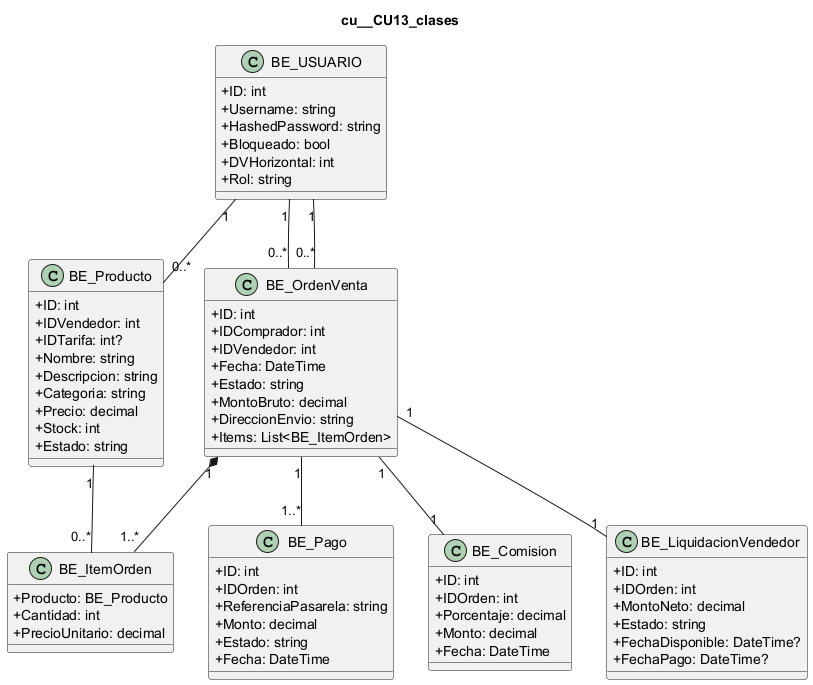
L-Muniz/uai-diploma_2026 keeps this PlantUML diagram as docs/diagramas/uml_png/cu__CU13_clases.png. Above is the earlier version.
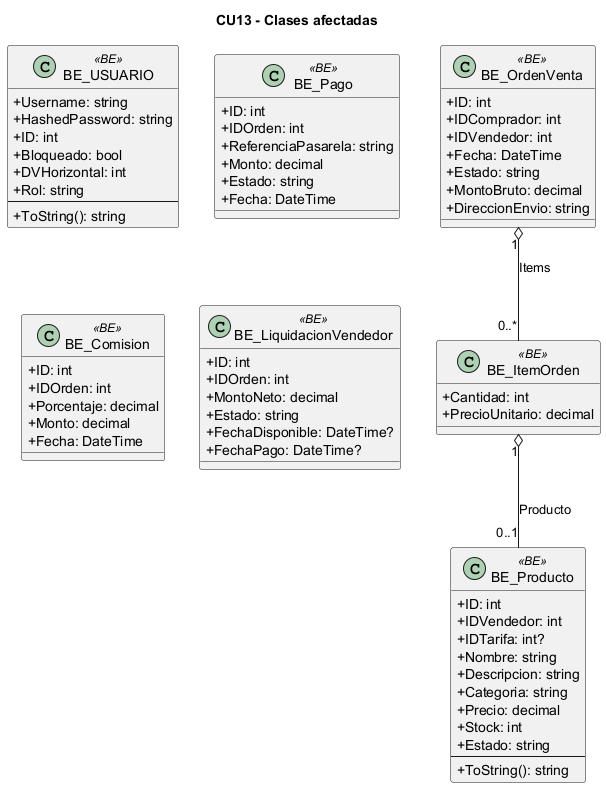
Later version of the same file.

What changed in the source:
```diff
@@ -1,15 +1,17 @@
 @startuml
 skinparam classAttributeIconSize 0
-title cu__CU13_clases
-class "BE_USUARIO" as USUARIO {
-  +ID: int
+title CU13 - Clases afectadas
+class "BE_USUARIO" as BE_USUARIO <<BE>> {
   +Username: string
   +HashedPassword: string
+  +ID: int
   +Bloqueado: bool
   +DVHorizontal: int
   +Rol: string
+  --
+  +ToString(): string
 }
-class "BE_Producto" as PRODUCTO {
+class "BE_Producto" as BE_Producto <<BE>> {
   +ID: int
   +IDVendedor: int
   +IDTarifa: int?
@@ -19,8 +21,10 @@
   +Precio: decimal
   +Stock: int
   +Estado: string
+  --
+  +ToString(): string
 }
-class "BE_OrdenVenta" as ORDEN {
+class "BE_OrdenVenta" as BE_OrdenVenta <<BE>> {
   +ID: int
   +IDComprador: int
   +IDVendedor: int
@@ -28,14 +32,12 @@
   +Estado: string
   +MontoBruto: decimal
   +DireccionEnvio: string
-  +Items: List<BE_ItemOrden>
 }
-class "BE_ItemOrden" as ITEM {
-  +Producto: BE_Producto
+class "BE_ItemOrden" as BE_ItemOrden <<BE>> {
   +Cantidad: int
   +PrecioUnitario: decimal
 }
-class "BE_Pago" as PAGO {
+class "BE_Pago" as BE_Pago <<BE>> {
   +ID: int
   +IDOrden: int
   +ReferenciaPasarela: string
@@ -43,14 +45,14 @@
   +Estado: string
   +Fecha: DateTime
 }
-class "BE_Comision" as COMISION {
+class "BE_Comision" as BE_Comision <<BE>> {
   +ID: int
   +IDOrden: int
   +Porcentaje: decimal
   +Monto: decimal
   +Fecha: DateTime
 }
-class "BE_LiquidacionVendedor" as LIQUIDACION {
+class "BE_LiquidacionVendedor" as BE_LiquidacionVendedor <<BE>> {
   +ID: int
   +IDOrden: int
   +MontoNeto: decimal
@@ -58,12 +60,6 @@
   +FechaDisponible: DateTime?
   +FechaPago: DateTime?
 }
-USUARIO "1" -- "0..*" PRODUCTO
-USUARIO "1" -- "0..*" ORDEN
-USUARIO "1" -- "0..*" ORDEN
-ORDEN "1" *-- "1..*" ITEM
-PRODUCTO "1" -- "0..*" ITEM
-ORDEN "1" -- "1..*" PAGO
-ORDEN "1" -- "1" COMISION
-ORDEN "1" -- "1" LIQUIDACION
+BE_OrdenVenta "1" o-- "0..*" BE_ItemOrden : Items
+BE_ItemOrden "1" o-- "0..1" BE_Producto : Producto
 @enduml
```
